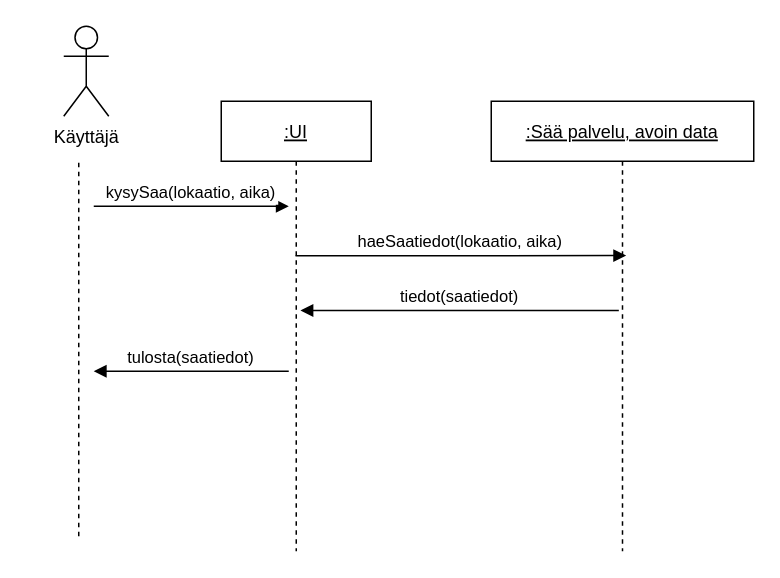
Above: UML/SW ENG course/Sequence diagrams/Weather info open data.drawio in DeveloperLauri/UML-charts-draw.io (draw.io), before the change. Source tidied: cells renumbered, new cells numbered last; positions are measured from the earlier drawing's top-left corner, leaving out a move shared by most shapes. Both pictures are drawn from the tidied source at 150%, with x=0, y=0 at pixel (63, 26).
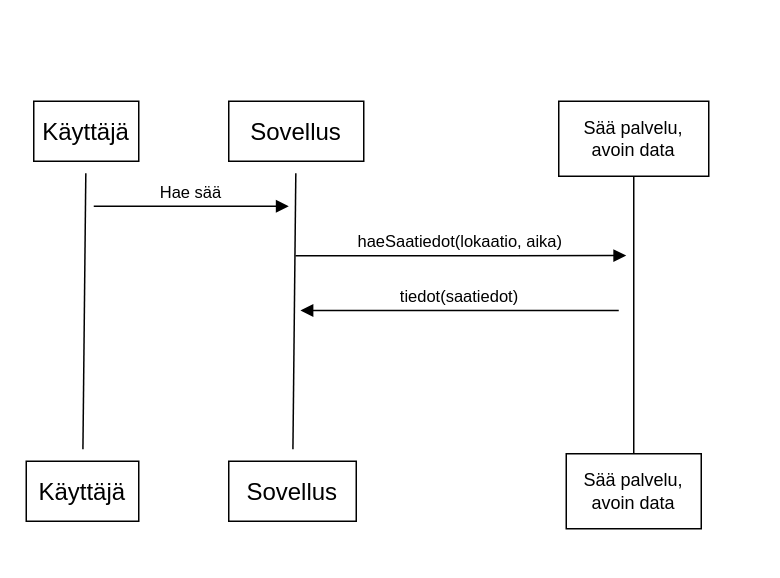
After the change.

Change to the diagram source:
```diff
@@
 <mxGraphModel>
   <root>
     <mxCell id="0" />
     <mxCell id="1" parent="0" />
-    <mxCell id="2" value=":UI" style="shape=umlLifeline;perimeter=lifelinePerimeter;rounded=0;shadow=0;strokeWidth=1;fontStyle=4;" parent="1" vertex="1">
-      <mxGeometry x="105" y="50" width="100" height="300" as="geometry" />
-    </mxCell>
-    <mxCell id="3" value="tulosta(saatiedot)" style="verticalAlign=bottom;endArrow=block;entryX=1;entryY=0;shadow=0;strokeWidth=1;" parent="2" edge="1">
-      <mxGeometry relative="1" as="geometry">
-        <mxPoint x="45" y="180" as="sourcePoint" />
-        <mxPoint x="-85" y="180" as="targetPoint" />
-      </mxGeometry>
-    </mxCell>
-    <mxCell id="4" value=":Sää palvelu, avoin data" style="shape=umlLifeline;perimeter=lifelinePerimeter;rounded=0;shadow=0;strokeWidth=1;fontStyle=4;" parent="1" vertex="1">
-      <mxGeometry x="285" y="50" width="175" height="300" as="geometry" />
-    </mxCell>
-    <mxCell id="5" value="tiedot(saatiedot)" style="verticalAlign=bottom;endArrow=block;shadow=0;strokeWidth=1;exitX=0.486;exitY=0.465;exitDx=0;exitDy=0;exitPerimeter=0;entryX=0.528;entryY=0.465;entryDx=0;entryDy=0;entryPerimeter=0;" parent="1" edge="1" source="4" target="2">
-      <mxGeometry relative="1" as="geometry" />
+    <mxCell id="5" value="tiedot(saatiedot)" style="verticalAlign=bottom;endArrow=block;shadow=0;strokeWidth=1;exitX=0.486;exitY=0.465;exitDx=0;exitDy=0;exitPerimeter=0;entryX=0.528;entryY=0.465;entryDx=0;entryDy=0;entryPerimeter=0;" parent="1" edge="1">
+      <mxGeometry relative="1" as="geometry">
+        <mxPoint x="370" y="189.5" as="sourcePoint" />
+        <mxPoint x="157.8" y="189.5" as="targetPoint" />
+      </mxGeometry>
     </mxCell>
-    <mxCell id="6" style="endArrow=none;dashed=1;html=1;rounded=0;" parent="1" edge="1">
-      <mxGeometry relative="1" as="geometry">
-        <mxPoint x="10" y="340" as="sourcePoint" />
-        <mxPoint x="10" y="90" as="targetPoint" />
-      </mxGeometry>
-    </mxCell>
-    <mxCell id="7" value="Käyttäjä" style="shape=umlActor;verticalLabelPosition=bottom;verticalAlign=top;html=1;" parent="1" vertex="1">
-      <mxGeometry width="30" height="60" as="geometry" />
-    </mxCell>
-    <mxCell id="8" value="haeSaatiedot(lokaatio, aika)" style="verticalAlign=bottom;endArrow=block;shadow=0;strokeWidth=1;entryX=0.514;entryY=0.343;entryDx=0;entryDy=0;entryPerimeter=0;" parent="1" edge="1" source="2" target="4">
+    <mxCell id="8" value="haeSaatiedot(lokaatio, aika)" style="verticalAlign=bottom;endArrow=block;shadow=0;strokeWidth=1;entryX=0.514;entryY=0.343;entryDx=0;entryDy=0;entryPerimeter=0;" parent="1" edge="1">
       <mxGeometry relative="1" as="geometry">
+        <mxPoint x="154.5" y="153" as="sourcePoint" />
+        <mxPoint x="375" y="152.9" as="targetPoint" />
         <Array as="points">
           <mxPoint x="250" y="153" />
         </Array>
       </mxGeometry>
     </mxCell>
-    <mxCell id="9" value="kysySaa(lokaatio, aika)" style="verticalAlign=bottom;endArrow=block;shadow=0;strokeWidth=1;" parent="1" edge="1">
+    <mxCell id="9" value="Hae sää" style="verticalAlign=bottom;endArrow=block;shadow=0;strokeWidth=1;" parent="1" edge="1">
       <mxGeometry relative="1" as="geometry">
         <mxPoint x="20" y="120" as="sourcePoint" />
         <mxPoint x="150" y="120" as="targetPoint" />
         <Array as="points">
           <mxPoint x="115" y="120" />
         </Array>
       </mxGeometry>
     </mxCell>
+    <mxCell id="10" style="edgeStyle=none;rounded=0;jettySize=auto;html=1;fontSize=12;endArrow=none;startSize=14;endSize=14;sourcePerimeterSpacing=8;targetPerimeterSpacing=8;endFill=0;" parent="1" edge="1" source="11" target="15">
+      <mxGeometry relative="1" as="geometry" />
+    </mxCell>
+    <mxCell id="11" value="Käyttäjä" style="rounded=0;whiteSpace=wrap;html=1;fontSize=16;" parent="1" vertex="1">
+      <mxGeometry x="-20" y="50" width="70" height="40" as="geometry" />
+    </mxCell>
+    <mxCell id="12" style="rounded=0;jettySize=auto;html=1;fontSize=12;endArrow=none;startSize=14;endSize=14;sourcePerimeterSpacing=8;targetPerimeterSpacing=8;endFill=0;" parent="1" edge="1" source="13" target="14">
+      <mxGeometry relative="1" as="geometry" />
+    </mxCell>
+    <mxCell id="13" value="Sovellus" style="whiteSpace=wrap;html=1;fontSize=16;" parent="1" vertex="1">
+      <mxGeometry x="110" y="50" width="90" height="40" as="geometry" />
+    </mxCell>
+    <mxCell id="14" value="Sovellus" style="rounded=0;whiteSpace=wrap;html=1;fontSize=16;" parent="1" vertex="1">
+      <mxGeometry x="110" y="290" width="85" height="40" as="geometry" />
+    </mxCell>
+    <mxCell id="15" value="Käyttäjä" style="rounded=0;whiteSpace=wrap;html=1;fontSize=16;" parent="1" vertex="1">
+      <mxGeometry x="-25" y="290" width="75" height="40" as="geometry" />
+    </mxCell>
+    <mxCell id="16" style="edgeStyle=orthogonalEdgeStyle;rounded=0;jettySize=auto;html=1;endArrow=none;endFill=0;" parent="1" edge="1" source="17" target="18">
+      <mxGeometry relative="1" as="geometry" />
+    </mxCell>
+    <mxCell id="17" value="Sää palvelu, avoin data" style="rounded=0;whiteSpace=wrap;html=1;" parent="1" vertex="1">
+      <mxGeometry x="330" y="50" width="100" height="50" as="geometry" />
+    </mxCell>
+    <mxCell id="18" value="Sää palvelu, avoin data" style="rounded=0;whiteSpace=wrap;html=1;" parent="1" vertex="1">
+      <mxGeometry x="335" y="285" width="90" height="50" as="geometry" />
+    </mxCell>
   </root>
 </mxGraphModel>
```
